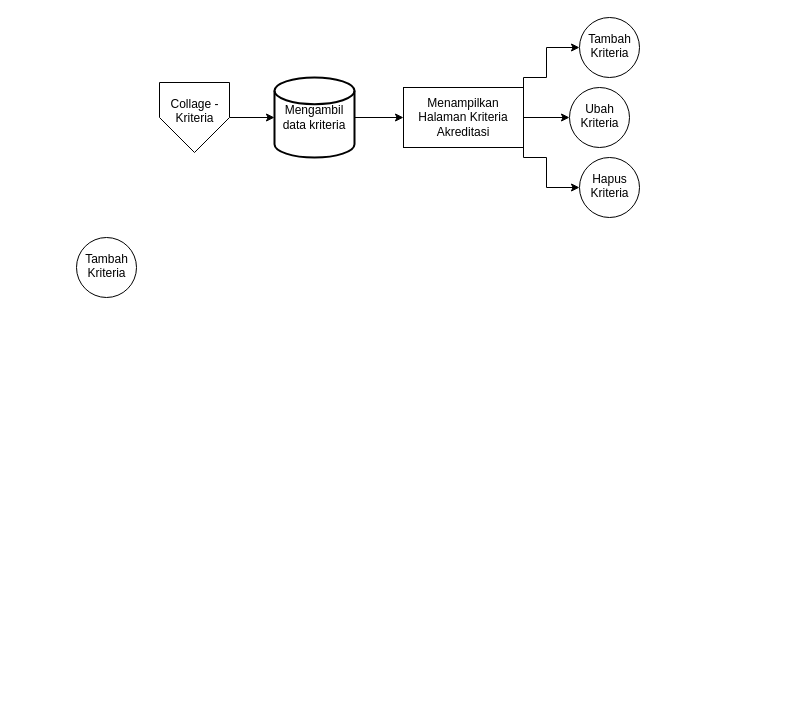
The draw.io diagram page "Collage - Akreditasi - Kriteria" (5 of 5) of FilemanagerLPMI.drawio in muhfajarm/laravel-file-manager, before the edit. Source tidied: cells renumbered, new cells numbered last; positions are measured from the earlier drawing's top-left corner, leaving out a move shared by most shapes. Both pictures are drawn from the tidied source at 100%, with x=0, y=0 at pixel (76, 17).
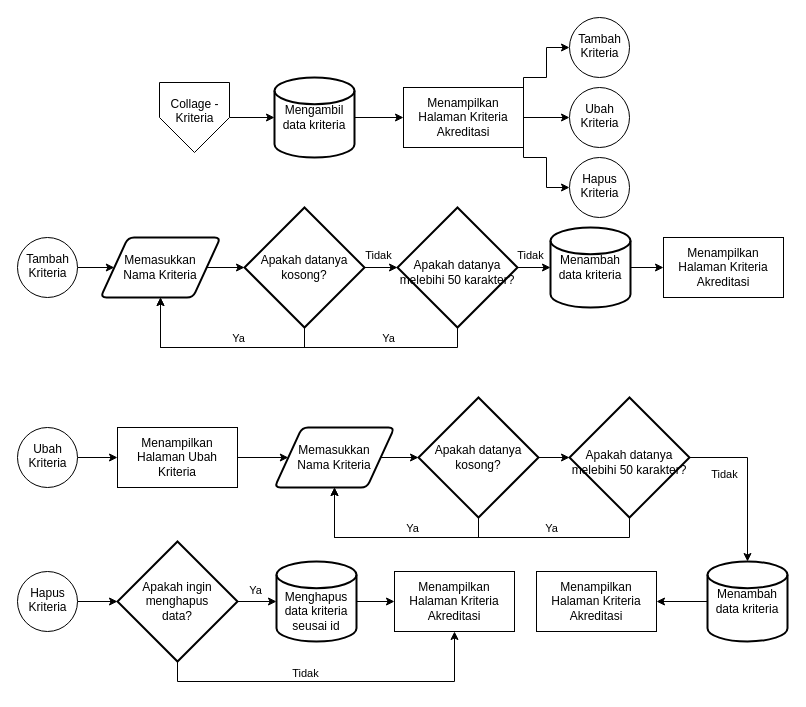
The same diagram, later.

Commit message (it also covers changes not shown here):
Menambahkan CRUD Kriteria Akred

Change to the diagram source:
```diff
@@
     <mxCell id="9" value="&lt;div&gt;Tambah&lt;/div&gt;&lt;div&gt;Kriteria&lt;br&gt;&lt;/div&gt;" style="verticalLabelPosition=bottom;verticalAlign=top;html=1;shape=mxgraph.flowchart.on-page_reference;rounded=0;spacing=-50;" parent="1" vertex="1">
-      <mxGeometry x="503" width="60" height="60" as="geometry" />
+      <mxGeometry x="493" width="60" height="60" as="geometry" />
     </mxCell>
@@
     <mxCell id="12" value="&lt;div&gt;Hapus&lt;/div&gt;&lt;div&gt;Kriteria&lt;br&gt;&lt;/div&gt;" style="verticalLabelPosition=bottom;verticalAlign=top;html=1;shape=mxgraph.flowchart.on-page_reference;rounded=0;spacing=-50;" parent="1" vertex="1">
-      <mxGeometry x="503" y="140" width="60" height="60" as="geometry" />
+      <mxGeometry x="493" y="140" width="60" height="60" as="geometry" />
     </mxCell>
+    <mxCell id="14" style="edgeStyle=orthogonalEdgeStyle;rounded=0;jettySize=auto;html=1;" parent="1" edge="1" source="13" target="16">
+      <mxGeometry relative="1" as="geometry" />
+    </mxCell>
     <mxCell id="13" value="&lt;div&gt;Tambah&lt;/div&gt;&lt;div&gt;Kriteria&lt;br&gt;&lt;/div&gt;" style="verticalLabelPosition=bottom;verticalAlign=top;html=1;shape=mxgraph.flowchart.on-page_reference;rounded=0;spacing=-50;" parent="1" vertex="1">
-      <mxGeometry y="220" width="60" height="60" as="geometry" />
+      <mxGeometry x="-59" y="220" width="60" height="60" as="geometry" />
     </mxCell>
+    <mxCell id="15" style="edgeStyle=orthogonalEdgeStyle;rounded=0;jettySize=auto;html=1;" parent="1" edge="1" source="16" target="21">
+      <mxGeometry relative="1" as="geometry" />
+    </mxCell>
+    <mxCell id="16" value="&lt;div&gt;Memasukkan&lt;/div&gt;&lt;div&gt;Nama Kriteria&lt;br&gt;&lt;/div&gt;" style="shape=parallelogram;html=1;strokeWidth=2;perimeter=parallelogramPerimeter;whiteSpace=wrap;rounded=1;arcSize=12;size=0.23;align=center;spacingLeft=0;" parent="1" vertex="1">
+      <mxGeometry x="24" y="220" width="120" height="60" as="geometry" />
+    </mxCell>
+    <mxCell id="17" style="edgeStyle=orthogonalEdgeStyle;rounded=0;jettySize=auto;html=1;entryX=0;entryY=0.5;entryDx=0;entryDy=0;entryPerimeter=0;" parent="1" edge="1" source="21" target="44">
+      <mxGeometry relative="1" as="geometry" />
+    </mxCell>
+    <mxCell id="18" value="Tidak" style="edgeLabel;html=1;align=center;verticalAlign=middle;" parent="17" vertex="1">
+      <mxGeometry x="-0.82" relative="1" as="geometry">
+        <mxPoint x="9" y="-13" as="offset" />
+      </mxGeometry>
+    </mxCell>
+    <mxCell id="19" style="edgeStyle=orthogonalEdgeStyle;rounded=0;jettySize=auto;html=1;exitX=0.5;exitY=1;exitDx=0;exitDy=0;exitPerimeter=0;entryX=0.5;entryY=1;entryDx=0;entryDy=0;" parent="1" edge="1" source="21" target="16">
+      <mxGeometry relative="1" as="geometry" />
+    </mxCell>
+    <mxCell id="20" value="Ya" style="edgeLabel;html=1;align=center;verticalAlign=middle;" parent="19" vertex="1">
+      <mxGeometry x="-0.3" relative="1" as="geometry">
+        <mxPoint x="-12" y="-10" as="offset" />
+      </mxGeometry>
+    </mxCell>
+    <mxCell id="21" value="&lt;div&gt;Apakah datanya&lt;/div&gt;&lt;div&gt;kosong?&lt;br&gt;&lt;/div&gt;" style="strokeWidth=2;html=1;shape=mxgraph.flowchart.decision;whiteSpace=wrap;" parent="1" vertex="1">
+      <mxGeometry x="168" y="190" width="120" height="120" as="geometry" />
+    </mxCell>
+    <mxCell id="22" style="edgeStyle=orthogonalEdgeStyle;rounded=0;jettySize=auto;html=1;" parent="1" edge="1" source="23" target="24">
+      <mxGeometry relative="1" as="geometry" />
+    </mxCell>
+    <mxCell id="23" value="&lt;div&gt;Menambah&lt;/div&gt;&lt;div&gt;data kriteria&lt;br&gt;&lt;/div&gt;" style="strokeWidth=2;html=1;shape=mxgraph.flowchart.database;whiteSpace=wrap;rounded=0;" parent="1" vertex="1">
+      <mxGeometry x="474" y="210" width="80" height="80" as="geometry" />
+    </mxCell>
+    <mxCell id="24" value="Menampilkan Halaman Kriteria Akreditasi" style="rounded=0;whiteSpace=wrap;html=1;" parent="1" vertex="1">
+      <mxGeometry x="587" y="220" width="120" height="60" as="geometry" />
+    </mxCell>
+    <mxCell id="25" style="edgeStyle=orthogonalEdgeStyle;rounded=0;jettySize=auto;html=1;entryX=0;entryY=0.5;entryDx=0;entryDy=0;" parent="1" edge="1" source="26" target="39">
+      <mxGeometry relative="1" as="geometry" />
+    </mxCell>
+    <mxCell id="26" value="&lt;div&gt;Ubah&lt;/div&gt;&lt;div&gt;Kriteria&lt;br&gt;&lt;/div&gt;" style="verticalLabelPosition=bottom;verticalAlign=top;html=1;shape=mxgraph.flowchart.on-page_reference;rounded=0;spacing=-50;" parent="1" vertex="1">
+      <mxGeometry x="-59" y="410" width="60" height="60" as="geometry" />
+    </mxCell>
+    <mxCell id="27" style="edgeStyle=orthogonalEdgeStyle;rounded=0;jettySize=auto;html=1;" parent="1" edge="1" source="28" target="34">
+      <mxGeometry relative="1" as="geometry" />
+    </mxCell>
+    <mxCell id="28" value="&lt;div&gt;Memasukkan&lt;/div&gt;&lt;div&gt;Nama Kriteria&lt;br&gt;&lt;/div&gt;" style="shape=parallelogram;html=1;strokeWidth=2;perimeter=parallelogramPerimeter;whiteSpace=wrap;rounded=1;arcSize=12;size=0.23;align=center;spacingLeft=0;" parent="1" vertex="1">
+      <mxGeometry x="198" y="410" width="120" height="60" as="geometry" />
+    </mxCell>
+    <mxCell id="29" style="edgeStyle=orthogonalEdgeStyle;rounded=0;jettySize=auto;html=1;exitX=1;exitY=0.5;exitDx=0;exitDy=0;exitPerimeter=0;" parent="1" edge="1" source="47" target="36">
+      <mxGeometry relative="1" as="geometry" />
+    </mxCell>
+    <mxCell id="30" value="Tidak" style="edgeLabel;html=1;align=center;verticalAlign=middle;" parent="29" vertex="1">
+      <mxGeometry x="-0.82" relative="1" as="geometry">
+        <mxPoint x="19" y="16" as="offset" />
+      </mxGeometry>
+    </mxCell>
+    <mxCell id="31" style="edgeStyle=orthogonalEdgeStyle;rounded=0;jettySize=auto;html=1;exitX=0.5;exitY=1;exitDx=0;exitDy=0;exitPerimeter=0;entryX=0.5;entryY=1;entryDx=0;entryDy=0;" parent="1" edge="1" source="34" target="28">
+      <mxGeometry relative="1" as="geometry" />
+    </mxCell>
+    <mxCell id="32" value="Ya" style="edgeLabel;html=1;align=center;verticalAlign=middle;" parent="31" vertex="1">
+      <mxGeometry x="-0.3" relative="1" as="geometry">
+        <mxPoint x="-12" y="-10" as="offset" />
+      </mxGeometry>
+    </mxCell>
+    <mxCell id="33" style="edgeStyle=orthogonalEdgeStyle;rounded=0;jettySize=auto;html=1;" parent="1" edge="1" source="34" target="47">
+      <mxGeometry relative="1" as="geometry" />
+    </mxCell>
+    <mxCell id="34" value="&lt;div&gt;Apakah datanya&lt;/div&gt;&lt;div&gt;kosong?&lt;br&gt;&lt;/div&gt;" style="strokeWidth=2;html=1;shape=mxgraph.flowchart.decision;whiteSpace=wrap;" parent="1" vertex="1">
+      <mxGeometry x="342" y="380" width="120" height="120" as="geometry" />
+    </mxCell>
+    <mxCell id="35" style="edgeStyle=orthogonalEdgeStyle;rounded=0;jettySize=auto;html=1;" parent="1" edge="1" source="36" target="37">
+      <mxGeometry relative="1" as="geometry" />
+    </mxCell>
+    <mxCell id="36" value="&lt;div&gt;Menambah&lt;/div&gt;&lt;div&gt;data kriteria&lt;br&gt;&lt;/div&gt;" style="strokeWidth=2;html=1;shape=mxgraph.flowchart.database;whiteSpace=wrap;rounded=0;" parent="1" vertex="1">
+      <mxGeometry x="631" y="544" width="80" height="80" as="geometry" />
+    </mxCell>
+    <mxCell id="37" value="Menampilkan Halaman Kriteria Akreditasi" style="rounded=0;whiteSpace=wrap;html=1;" parent="1" vertex="1">
+      <mxGeometry x="460" y="554" width="120" height="60" as="geometry" />
+    </mxCell>
+    <mxCell id="38" style="edgeStyle=orthogonalEdgeStyle;rounded=0;jettySize=auto;html=1;" parent="1" edge="1" source="39" target="28">
+      <mxGeometry relative="1" as="geometry" />
+    </mxCell>
+    <mxCell id="39" value="Menampilkan Halaman Ubah Kriteria" style="rounded=0;whiteSpace=wrap;html=1;" parent="1" vertex="1">
+      <mxGeometry x="41" y="410" width="120" height="60" as="geometry" />
+    </mxCell>
+    <mxCell id="40" style="edgeStyle=orthogonalEdgeStyle;rounded=0;jettySize=auto;html=1;" parent="1" edge="1" source="44" target="23">
+      <mxGeometry relative="1" as="geometry" />
+    </mxCell>
+    <mxCell id="41" value="Tidak" style="edgeLabel;html=1;align=center;verticalAlign=middle;" parent="40" vertex="1">
+      <mxGeometry x="-0.71" y="1" relative="1" as="geometry">
+        <mxPoint x="5" y="-12" as="offset" />
+      </mxGeometry>
+    </mxCell>
+    <mxCell id="42" style="edgeStyle=orthogonalEdgeStyle;rounded=0;jettySize=auto;html=1;exitX=0.5;exitY=1;exitDx=0;exitDy=0;exitPerimeter=0;entryX=0.5;entryY=1;entryDx=0;entryDy=0;" parent="1" edge="1" source="44" target="16">
+      <mxGeometry relative="1" as="geometry" />
+    </mxCell>
+    <mxCell id="43" value="Ya" style="edgeLabel;html=1;align=center;verticalAlign=middle;" parent="42" vertex="1">
+      <mxGeometry x="-0.57" y="-2" relative="1" as="geometry">
+        <mxPoint x="-11" y="-8" as="offset" />
+      </mxGeometry>
+    </mxCell>
+    <mxCell id="44" value="&lt;div&gt;Apakah datanya&lt;/div&gt;&lt;div&gt;melebihi 50 karakter?&lt;br&gt;&lt;/div&gt;" style="strokeWidth=2;html=1;shape=mxgraph.flowchart.decision;whiteSpace=wrap;spacingTop=10;" parent="1" vertex="1">
+      <mxGeometry x="321" y="190" width="120" height="120" as="geometry" />
+    </mxCell>
+    <mxCell id="45" style="edgeStyle=orthogonalEdgeStyle;rounded=0;jettySize=auto;html=1;exitX=0.5;exitY=1;exitDx=0;exitDy=0;exitPerimeter=0;entryX=0.5;entryY=1;entryDx=0;entryDy=0;" parent="1" edge="1" source="47" target="28">
+      <mxGeometry relative="1" as="geometry" />
+    </mxCell>
+    <mxCell id="46" value="Ya" style="edgeLabel;html=1;align=center;verticalAlign=middle;" parent="45" vertex="1">
+      <mxGeometry x="-0.49" y="-3" relative="1" as="geometry">
+        <mxPoint x="-6" y="-7" as="offset" />
+      </mxGeometry>
+    </mxCell>
+    <mxCell id="47" value="&lt;div&gt;Apakah datanya&lt;/div&gt;&lt;div&gt;melebihi 50 karakter?&lt;br&gt;&lt;/div&gt;" style="strokeWidth=2;html=1;shape=mxgraph.flowchart.decision;whiteSpace=wrap;spacingTop=10;" parent="1" vertex="1">
+      <mxGeometry x="493" y="380" width="120" height="120" as="geometry" />
+    </mxCell>
+    <mxCell id="48" style="edgeStyle=orthogonalEdgeStyle;rounded=0;jettySize=auto;html=1;" parent="1" edge="1" source="49" target="54">
+      <mxGeometry relative="1" as="geometry" />
+    </mxCell>
+    <mxCell id="49" value="&lt;div&gt;Hapus&lt;/div&gt;&lt;div&gt;Kriteria&lt;br&gt;&lt;/div&gt;" style="verticalLabelPosition=bottom;verticalAlign=top;html=1;shape=mxgraph.flowchart.on-page_reference;rounded=0;spacing=-50;" parent="1" vertex="1">
+      <mxGeometry x="-59" y="554" width="60" height="60" as="geometry" />
+    </mxCell>
+    <mxCell id="50" style="edgeStyle=orthogonalEdgeStyle;rounded=0;jettySize=auto;html=1;" parent="1" edge="1" source="54" target="56">
+      <mxGeometry relative="1" as="geometry" />
+    </mxCell>
+    <mxCell id="51" value="Ya" style="edgeLabel;html=1;align=center;verticalAlign=middle;" parent="50" vertex="1">
+      <mxGeometry x="0.28" y="-1" relative="1" as="geometry">
+        <mxPoint x="-7" y="-13" as="offset" />
+      </mxGeometry>
+    </mxCell>
+    <mxCell id="52" style="edgeStyle=orthogonalEdgeStyle;rounded=0;jettySize=auto;html=1;exitX=0.5;exitY=1;exitDx=0;exitDy=0;exitPerimeter=0;entryX=0.5;entryY=1;entryDx=0;entryDy=0;" parent="1" edge="1" source="54" target="57">
+      <mxGeometry relative="1" as="geometry" />
+    </mxCell>
+    <mxCell id="53" value="&lt;div&gt;Tidak&lt;/div&gt;" style="edgeLabel;html=1;align=center;verticalAlign=middle;" parent="52" vertex="1">
+      <mxGeometry x="-0.19" relative="1" as="geometry">
+        <mxPoint x="6" y="-9" as="offset" />
+      </mxGeometry>
+    </mxCell>
+    <mxCell id="54" value="&lt;div&gt;Apakah ingin&lt;/div&gt;&lt;div&gt;menghapus&lt;/div&gt;&lt;div&gt;data?&lt;br&gt;&lt;/div&gt;" style="strokeWidth=2;html=1;shape=mxgraph.flowchart.decision;whiteSpace=wrap;" parent="1" vertex="1">
+      <mxGeometry x="41" y="524" width="120" height="120" as="geometry" />
+    </mxCell>
+    <mxCell id="55" style="edgeStyle=orthogonalEdgeStyle;rounded=0;jettySize=auto;html=1;" parent="1" edge="1" source="56" target="57">
+      <mxGeometry relative="1" as="geometry" />
+    </mxCell>
+    <mxCell id="56" value="&lt;div&gt;Menghapus&lt;/div&gt;&lt;div&gt;data kriteria&lt;/div&gt;&lt;div&gt;seusai id&lt;br&gt;&lt;/div&gt;" style="strokeWidth=2;html=1;shape=mxgraph.flowchart.database;whiteSpace=wrap;rounded=0;spacingTop=20;" parent="1" vertex="1">
+      <mxGeometry x="200" y="544" width="80" height="80" as="geometry" />
+    </mxCell>
+    <mxCell id="57" value="Menampilkan Halaman Kriteria Akreditasi" style="rounded=0;whiteSpace=wrap;html=1;" parent="1" vertex="1">
+      <mxGeometry x="318" y="554" width="120" height="60" as="geometry" />
+    </mxCell>
```
